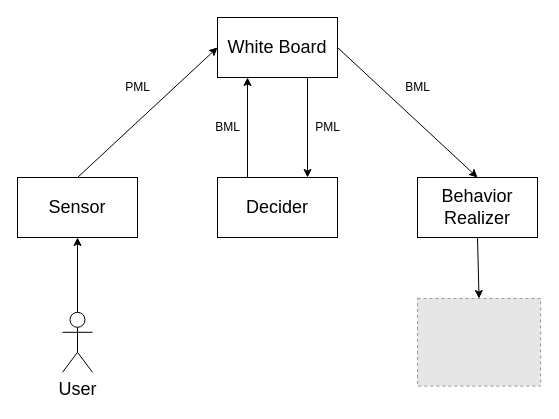
Before: Untitled Diagram.drawio in TaranMarec/taranmarec.github.io, a draw.io diagram. Source tidied: cells renumbered, new cells numbered last; positions are measured from the earlier drawing's top-left corner, leaving out a move shared by most shapes. Both pictures are drawn from the tidied source at 100%, with x=0, y=0 at pixel (17, 17). Pictures stored in the file or linked from it are replaced by grey dashed boxes.
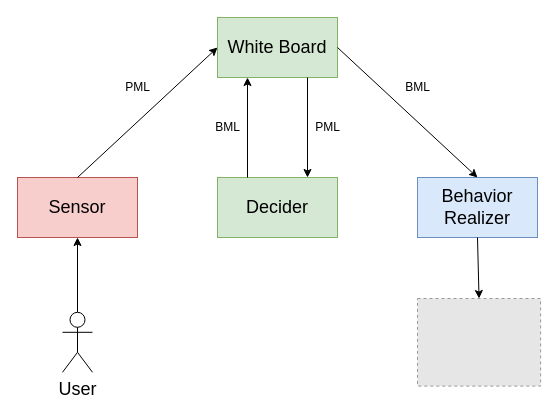
The same diagram, later.

Change to the diagram source:
```diff
@@
 <mxGraphModel>
   <root>
     <mxCell id="0" />
     <mxCell id="1" parent="0" />
-    <mxCell id="2" value="&lt;font style=&quot;font-size: 18px&quot;&gt;Sensor&lt;/font&gt;" style="rounded=0;whiteSpace=wrap;html=1;" parent="1" vertex="1">
+    <mxCell id="2" value="&lt;font style=&quot;font-size: 18px&quot;&gt;Sensor&lt;/font&gt;" style="rounded=0;whiteSpace=wrap;html=1;fillColor=#f8cecc;strokeColor=#b85450;" parent="1" vertex="1">
       <mxGeometry y="160" width="120" height="60" as="geometry" />
     </mxCell>
-    <mxCell id="3" value="&lt;font style=&quot;font-size: 18px&quot;&gt;Decider&lt;/font&gt;" style="rounded=0;whiteSpace=wrap;html=1;" parent="1" vertex="1">
+    <mxCell id="3" value="&lt;font style=&quot;font-size: 18px&quot;&gt;Decider&lt;/font&gt;" style="rounded=0;whiteSpace=wrap;html=1;fillColor=#d5e8d4;strokeColor=#82b366;" parent="1" vertex="1">
       <mxGeometry x="200" y="160" width="120" height="60" as="geometry" />
     </mxCell>
-    <mxCell id="4" value="&lt;font style=&quot;font-size: 18px&quot;&gt;Behavior Realizer&lt;/font&gt;" style="rounded=0;whiteSpace=wrap;html=1;" parent="1" vertex="1">
+    <mxCell id="4" value="&lt;font style=&quot;font-size: 18px&quot;&gt;Behavior Realizer&lt;/font&gt;" style="rounded=0;whiteSpace=wrap;html=1;fillColor=#dae8fc;strokeColor=#6c8ebf;" parent="1" vertex="1">
       <mxGeometry x="400" y="160" width="120" height="60" as="geometry" />
     </mxCell>
-    <mxCell id="5" value="&lt;font style=&quot;font-size: 18px&quot;&gt;White Board&lt;/font&gt;" style="rounded=0;whiteSpace=wrap;html=1;" parent="1" vertex="1">
+    <mxCell id="5" value="&lt;font style=&quot;font-size: 18px&quot;&gt;White Board&lt;/font&gt;" style="rounded=0;whiteSpace=wrap;html=1;fillColor=#d5e8d4;strokeColor=#82b366;" parent="1" vertex="1">
       <mxGeometry x="200" width="120" height="60" as="geometry" />
     </mxCell>
     <mxCell id="6" style="endArrow=classic;html=1;rounded=0;exitX=0.5;exitY=0;exitDx=0;exitDy=0;entryX=0;entryY=0.5;entryDx=0;entryDy=0;" parent="1" edge="1" source="2" target="5">
       <mxGeometry relative="1" as="geometry" />
     </mxCell>
     <mxCell id="7" style="endArrow=classic;html=1;rounded=0;entryX=0.5;entryY=0;entryDx=0;entryDy=0;" parent="1" edge="1" target="4">
       <mxGeometry relative="1" as="geometry">
         <mxPoint x="320" y="30" as="sourcePoint" />
       </mxGeometry>
     </mxCell>
     <mxCell id="8" style="endArrow=classic;html=1;rounded=0;entryX=0.25;entryY=1;entryDx=0;entryDy=0;exitX=0.25;exitY=0;exitDx=0;exitDy=0;" parent="1" edge="1" source="3" target="5">
       <mxGeometry relative="1" as="geometry" />
     </mxCell>
     <mxCell id="9" style="endArrow=classic;html=1;rounded=0;entryX=0.75;entryY=0;entryDx=0;entryDy=0;exitX=0.75;exitY=1;exitDx=0;exitDy=0;" parent="1" edge="1" source="5" target="3">
       <mxGeometry relative="1" as="geometry" />
     </mxCell>
     <mxCell id="10" value="&lt;blockquote style=&quot;margin: 0 0 0 40px ; border: none ; padding: 0px&quot;&gt;BML&lt;/blockquote&gt;" style="text;html=1;align=center;verticalAlign=middle;strokeColor=none;fillColor=none;" parent="1" vertex="1">
       <mxGeometry x="340" y="60" width="80" height="20" as="geometry" />
     </mxCell>
     <mxCell id="11" value="PML" style="text;html=1;align=center;verticalAlign=middle;strokeColor=none;fillColor=none;" parent="1" vertex="1">
       <mxGeometry x="290" y="100" width="40" height="20" as="geometry" />
     </mxCell>
     <mxCell id="12" value="BML" style="text;html=1;align=center;verticalAlign=middle;strokeColor=none;fillColor=none;" parent="1" vertex="1">
       <mxGeometry x="190" y="100" width="40" height="20" as="geometry" />
     </mxCell>
     <mxCell id="13" value="PML" style="text;html=1;align=center;verticalAlign=middle;strokeColor=none;fillColor=none;" parent="1" vertex="1">
       <mxGeometry x="100" y="60" width="40" height="20" as="geometry" />
     </mxCell>
     <mxCell id="14" style="fillColor=#E6E6E6;strokeColor=#999999;dashed=1;verticalLabelPosition=bottom;labelBackgroundColor=default;verticalAlign=top;" parent="1" vertex="1">
       <mxGeometry x="400" y="281" width="123.1" height="87.6" as="geometry" />
     </mxCell>
     <mxCell id="15" style="endArrow=classic;html=1;rounded=0;fontSize=18;exitX=0.5;exitY=1;exitDx=0;exitDy=0;entryX=0.5;entryY=0;entryDx=0;entryDy=0;" parent="1" edge="1" source="4" target="14">
       <mxGeometry relative="1" as="geometry" />
     </mxCell>
     <mxCell id="16" style="edgeStyle=orthogonalEdgeStyle;rounded=0;jettySize=auto;html=1;entryX=0.5;entryY=1;entryDx=0;entryDy=0;fontSize=18;" parent="1" edge="1" source="17" target="2">
       <mxGeometry relative="1" as="geometry" />
     </mxCell>
     <mxCell id="17" value="User" style="shape=umlActor;verticalLabelPosition=bottom;verticalAlign=top;html=1;outlineConnect=0;fontSize=18;" parent="1" vertex="1">
       <mxGeometry x="45" y="294.8" width="30" height="60" as="geometry" />
     </mxCell>
   </root>
 </mxGraphModel>
```
